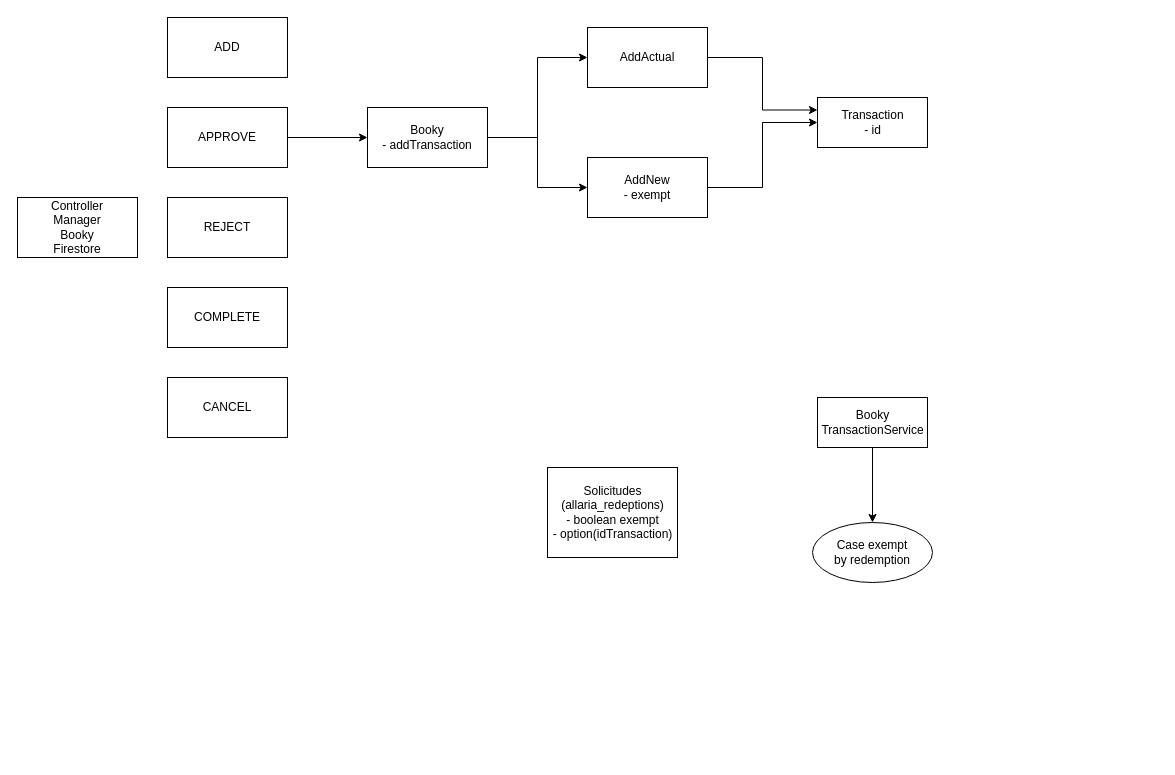
jaimequispe241094/Proyecto_Agenda keeps this draw.io diagram as Untitled Diagram.drawio. Above is the earlier version. Source tidied: cells renumbered, new cells numbered last; positions are measured from the earlier drawing's top-left corner, leaving out a move shared by most shapes. Both pictures are drawn from the tidied source at 100%, with x=0, y=0 at pixel (17, 17).
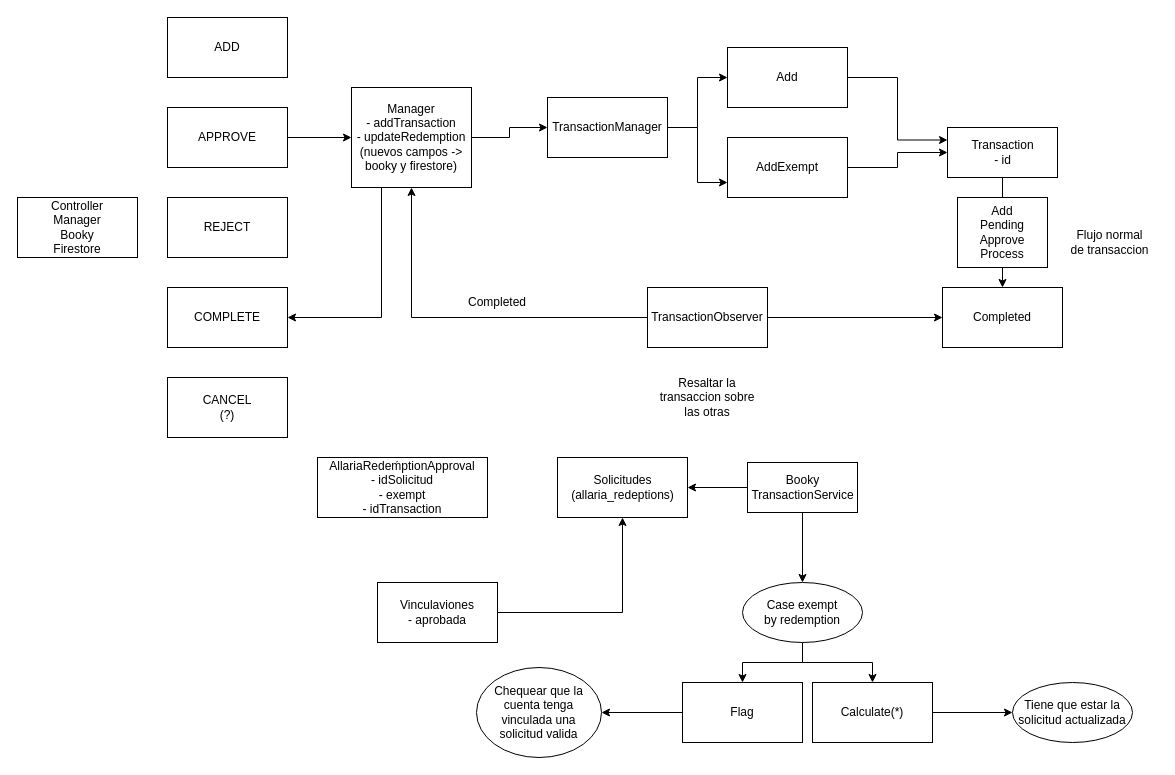
Above is the later version.

Unchanged cells that the change refers to:
```xml
<mxCell id="12" value="COMPLETE" style="rounded=0;whiteSpace=wrap;html=1;" parent="1" vertex="1">
  <mxGeometry x="150" y="270" width="120" height="60" as="geometry" />
</mxCell>
```

The edit, as a diff of the source:
```diff
@@
-    <mxCell id="2" value="&lt;div&gt;Solicitudes&lt;/div&gt;&lt;div&gt;(allaria_redeptions)&lt;/div&gt;&lt;div&gt;- boolean exempt&lt;/div&gt;&lt;div&gt;- option(idTransaction)&lt;/div&gt;" style="html=1;" parent="1" vertex="1">
-      <mxGeometry x="530" y="450" width="130" height="90" as="geometry" />
+    <mxCell id="2" value="&lt;div&gt;Solicitudes&lt;/div&gt;&lt;div&gt;(allaria_redeptions)&lt;/div&gt;" style="html=1;" parent="1" vertex="1">
+      <mxGeometry x="540" y="440" width="130" height="60" as="geometry" />
     </mxCell>
@@
+    <mxCell id="21" style="edgeStyle=orthogonalEdgeStyle;rounded=0;jettySize=auto;html=1;entryX=1;entryY=0.5;entryDx=0;entryDy=0;" parent="1" edge="1" source="4" target="2">
+      <mxGeometry relative="1" as="geometry" />
+    </mxCell>
     <mxCell id="4" value="&lt;div&gt;Booky&lt;/div&gt;&lt;div&gt;TransactionService&lt;/div&gt;" style="html=1;" parent="1" vertex="1">
-      <mxGeometry x="800" y="380" width="110" height="50" as="geometry" />
+      <mxGeometry x="730" y="445" width="110" height="50" as="geometry" />
     </mxCell>
+    <mxCell id="22" style="edgeStyle=orthogonalEdgeStyle;rounded=0;jettySize=auto;html=1;entryX=0.5;entryY=0;entryDx=0;entryDy=0;" parent="1" edge="1" source="5" target="34">
+      <mxGeometry relative="1" as="geometry" />
+    </mxCell>
     <mxCell id="5" value="&lt;div&gt;Transaction&lt;/div&gt;&lt;div&gt;- id&lt;br&gt;&lt;/div&gt;" style="html=1;" parent="1" vertex="1">
-      <mxGeometry x="800" y="80" width="110" height="50" as="geometry" />
+      <mxGeometry x="930" y="110" width="110" height="50" as="geometry" />
     </mxCell>
@@
-    <mxCell id="8" value="CANCEL" style="rounded=0;whiteSpace=wrap;html=1;" parent="1" vertex="1">
+    <mxCell id="8" value="&lt;div&gt;CANCEL&lt;/div&gt;(?)" style="rounded=0;whiteSpace=wrap;html=1;" parent="1" vertex="1">
       <mxGeometry x="150" y="360" width="120" height="60" as="geometry" />
     </mxCell>
@@
-    <mxCell id="13" style="edgeStyle=orthogonalEdgeStyle;rounded=0;jettySize=auto;html=1;" parent="1" edge="1" source="15" target="17">
-      <mxGeometry relative="1" as="geometry">
-        <Array as="points">
-          <mxPoint x="520" y="120" />
-          <mxPoint x="520" y="40" />
-        </Array>
-      </mxGeometry>
-    </mxCell>
-    <mxCell id="14" style="edgeStyle=orthogonalEdgeStyle;rounded=0;jettySize=auto;html=1;" parent="1" edge="1" source="15" target="19">
-      <mxGeometry relative="1" as="geometry" />
-    </mxCell>
+    <mxCell id="23" style="edgeStyle=orthogonalEdgeStyle;rounded=0;jettySize=auto;html=1;" parent="1" edge="1" source="15" target="33">
+      <mxGeometry relative="1" as="geometry" />
+    </mxCell>
+    <mxCell id="24" style="edgeStyle=orthogonalEdgeStyle;rounded=0;jettySize=auto;html=1;exitX=0.25;exitY=1;exitDx=0;exitDy=0;entryX=1;entryY=0.5;entryDx=0;entryDy=0;" parent="1" edge="1" source="15" target="12">
+      <mxGeometry relative="1" as="geometry" />
+    </mxCell>
-    <mxCell id="15" value="&lt;div&gt;Booky&lt;/div&gt;&lt;div&gt;- addTransaction&lt;br&gt;&lt;/div&gt;" style="whiteSpace=wrap;html=1;rounded=0;" parent="1" vertex="1">
-      <mxGeometry x="350" y="90" width="120" height="60" as="geometry" />
+    <mxCell id="15" value="&lt;div&gt;Manager&lt;/div&gt;&lt;div&gt;- addTransaction&lt;br&gt;&lt;/div&gt;&lt;div&gt;- updateRedemption&lt;br&gt;&lt;/div&gt;&lt;div&gt;(nuevos campos -&amp;gt; booky y firestore)&lt;br&gt;&lt;/div&gt;" style="whiteSpace=wrap;html=1;rounded=0;" parent="1" vertex="1">
+      <mxGeometry x="334" y="70" width="120" height="100" as="geometry" />
     </mxCell>
@@
-    <mxCell id="17" value="AddActual" style="whiteSpace=wrap;html=1;rounded=0;" parent="1" vertex="1">
-      <mxGeometry x="570" y="10" width="120" height="60" as="geometry" />
+    <mxCell id="17" value="&lt;div&gt;Add&lt;/div&gt;" style="whiteSpace=wrap;html=1;rounded=0;" parent="1" vertex="1">
+      <mxGeometry x="710" y="30" width="120" height="60" as="geometry" />
     </mxCell>
-    <mxCell id="18" style="edgeStyle=orthogonalEdgeStyle;rounded=0;jettySize=auto;html=1;entryX=0;entryY=0.5;entryDx=0;entryDy=0;" parent="1" edge="1" source="19" target="5">
+    <mxCell id="18" style="edgeStyle=orthogonalEdgeStyle;rounded=0;jettySize=auto;html=1;entryX=0;entryY=0.5;entryDx=0;entryDy=0;exitX=1;exitY=0.5;exitDx=0;exitDy=0;" parent="1" edge="1" source="19" target="5">
       <mxGeometry relative="1" as="geometry" />
     </mxCell>
-    <mxCell id="19" value="&lt;div&gt;AddNew&lt;/div&gt;&lt;div&gt;- exempt&lt;br&gt;&lt;/div&gt;" style="whiteSpace=wrap;html=1;rounded=0;" parent="1" vertex="1">
-      <mxGeometry x="570" y="140" width="120" height="60" as="geometry" />
+    <mxCell id="19" value="&lt;div&gt;AddExempt&lt;br&gt;&lt;/div&gt;" style="whiteSpace=wrap;html=1;rounded=0;" parent="1" vertex="1">
+      <mxGeometry x="710" y="120" width="120" height="60" as="geometry" />
     </mxCell>
+    <mxCell id="25" style="edgeStyle=orthogonalEdgeStyle;rounded=0;jettySize=auto;html=1;" parent="1" edge="1" source="20" target="28">
+      <mxGeometry relative="1" as="geometry" />
+    </mxCell>
+    <mxCell id="26" style="edgeStyle=orthogonalEdgeStyle;rounded=0;jettySize=auto;html=1;" parent="1" edge="1" source="20" target="30">
+      <mxGeometry relative="1" as="geometry" />
+    </mxCell>
     <mxCell id="20" value="&lt;div&gt;Case exempt&lt;/div&gt;&lt;div&gt;by redemption&lt;br&gt;&lt;/div&gt;" style="ellipse;whiteSpace=wrap;html=1;" parent="1" vertex="1">
-      <mxGeometry x="795" y="505" width="120" height="60" as="geometry" />
+      <mxGeometry x="725" y="565" width="120" height="60" as="geometry" />
     </mxCell>
+    <mxCell id="27" style="edgeStyle=orthogonalEdgeStyle;rounded=0;jettySize=auto;html=1;" parent="1" edge="1" source="28" target="39">
+      <mxGeometry relative="1" as="geometry" />
+    </mxCell>
+    <mxCell id="28" value="Flag" style="whiteSpace=wrap;html=1;" parent="1" vertex="1">
+      <mxGeometry x="665" y="665" width="120" height="60" as="geometry" />
+    </mxCell>
+    <mxCell id="29" style="edgeStyle=orthogonalEdgeStyle;rounded=0;jettySize=auto;html=1;" parent="1" edge="1" source="30" target="40">
+      <mxGeometry relative="1" as="geometry" />
+    </mxCell>
+    <mxCell id="30" value="Calculate(*)" style="whiteSpace=wrap;html=1;" parent="1" vertex="1">
+      <mxGeometry x="795" y="665" width="120" height="60" as="geometry" />
+    </mxCell>
+    <mxCell id="31" style="edgeStyle=orthogonalEdgeStyle;rounded=0;jettySize=auto;html=1;" parent="1" edge="1" source="33" target="17">
+      <mxGeometry relative="1" as="geometry" />
+    </mxCell>
+    <mxCell id="32" style="edgeStyle=orthogonalEdgeStyle;rounded=0;jettySize=auto;html=1;entryX=0;entryY=0.75;entryDx=0;entryDy=0;" parent="1" edge="1" source="33" target="19">
+      <mxGeometry relative="1" as="geometry" />
+    </mxCell>
+    <mxCell id="33" value="TransactionManager" style="whiteSpace=wrap;html=1;rounded=0;" parent="1" vertex="1">
+      <mxGeometry x="530" y="80" width="120" height="60" as="geometry" />
+    </mxCell>
+    <mxCell id="34" value="Completed" style="whiteSpace=wrap;html=1;" parent="1" vertex="1">
+      <mxGeometry x="925" y="270" width="120" height="60" as="geometry" />
+    </mxCell>
+    <mxCell id="35" style="edgeStyle=orthogonalEdgeStyle;rounded=0;jettySize=auto;html=1;entryX=0;entryY=0.5;entryDx=0;entryDy=0;" parent="1" edge="1" source="37" target="34">
+      <mxGeometry relative="1" as="geometry" />
+    </mxCell>
+    <mxCell id="36" style="edgeStyle=orthogonalEdgeStyle;rounded=0;jettySize=auto;html=1;" parent="1" edge="1" source="37" target="15">
+      <mxGeometry relative="1" as="geometry" />
+    </mxCell>
+    <mxCell id="37" value="TransactionObserver" style="rounded=0;whiteSpace=wrap;html=1;" parent="1" vertex="1">
+      <mxGeometry x="630" y="270" width="120" height="60" as="geometry" />
+    </mxCell>
+    <mxCell id="38" value="&lt;div&gt;Completed&lt;/div&gt;" style="text;html=1;strokeColor=none;fillColor=none;align=center;verticalAlign=middle;whiteSpace=wrap;rounded=0;" parent="1" vertex="1">
+      <mxGeometry x="450" y="270" width="60" height="30" as="geometry" />
+    </mxCell>
+    <mxCell id="39" value="&lt;div&gt;Chequear que la&lt;/div&gt;&lt;div&gt;cuenta tenga &lt;br&gt;&lt;/div&gt;&lt;div&gt;vinculada una&lt;/div&gt;&lt;div&gt;solicitud valida&lt;br&gt;&lt;/div&gt;" style="ellipse;whiteSpace=wrap;html=1;" parent="1" vertex="1">
+      <mxGeometry x="459" y="650" width="125" height="90" as="geometry" />
+    </mxCell>
+    <mxCell id="40" value="&lt;div&gt;Tiene que estar la &lt;br&gt;&lt;/div&gt;&lt;div&gt;solicitud actualizada&lt;/div&gt;" style="ellipse;whiteSpace=wrap;html=1;" parent="1" vertex="1">
+      <mxGeometry x="995" y="665" width="120" height="60" as="geometry" />
+    </mxCell>
+    <mxCell id="41" value="&lt;div&gt;Add&lt;/div&gt;&lt;div&gt;Pending&lt;br&gt;&lt;/div&gt;&lt;div&gt;Approve&lt;/div&gt;&lt;div&gt;Process&lt;br&gt;&lt;/div&gt;" style="rounded=0;whiteSpace=wrap;html=1;" parent="1" vertex="1">
+      <mxGeometry x="940" y="180" width="90" height="70" as="geometry" />
+    </mxCell>
+    <mxCell id="42" value="&lt;div&gt;AllariaRedeḿptionApproval&lt;br&gt;&lt;/div&gt;&lt;div&gt;- idSolicitud&lt;br&gt;&lt;/div&gt;&lt;div&gt;- exempt&lt;/div&gt;&lt;div&gt;- idTransaction&lt;br&gt;&lt;/div&gt;" style="rounded=0;whiteSpace=wrap;html=1;" parent="1" vertex="1">
+      <mxGeometry x="300" y="440" width="170" height="60" as="geometry" />
+    </mxCell>
+    <mxCell id="43" style="edgeStyle=orthogonalEdgeStyle;rounded=0;jettySize=auto;html=1;exitX=1;exitY=0.5;exitDx=0;exitDy=0;entryX=0.5;entryY=1;entryDx=0;entryDy=0;" parent="1" edge="1" source="44" target="2">
+      <mxGeometry relative="1" as="geometry" />
+    </mxCell>
+    <mxCell id="44" value="&lt;div&gt;Vinculaviones&lt;/div&gt;&lt;div&gt;- aprobada&lt;/div&gt;" style="rounded=0;whiteSpace=wrap;html=1;" parent="1" vertex="1">
+      <mxGeometry x="360" y="565" width="120" height="60" as="geometry" />
+    </mxCell>
+    <mxCell id="45" value="&lt;div&gt;Flujo normal&lt;/div&gt;&lt;div&gt;de transaccion&lt;br&gt;&lt;/div&gt;" style="text;html=1;strokeColor=none;fillColor=none;align=center;verticalAlign=middle;whiteSpace=wrap;rounded=0;" parent="1" vertex="1">
+      <mxGeometry x="1045" y="210" width="95" height="30" as="geometry" />
+    </mxCell>
+    <mxCell id="46" value="Resaltar la transaccion sobre las otras" style="text;html=1;strokeColor=none;fillColor=none;align=center;verticalAlign=middle;whiteSpace=wrap;rounded=0;" parent="1" vertex="1">
+      <mxGeometry x="635" y="350" width="110" height="60" as="geometry" />
+    </mxCell>
```
